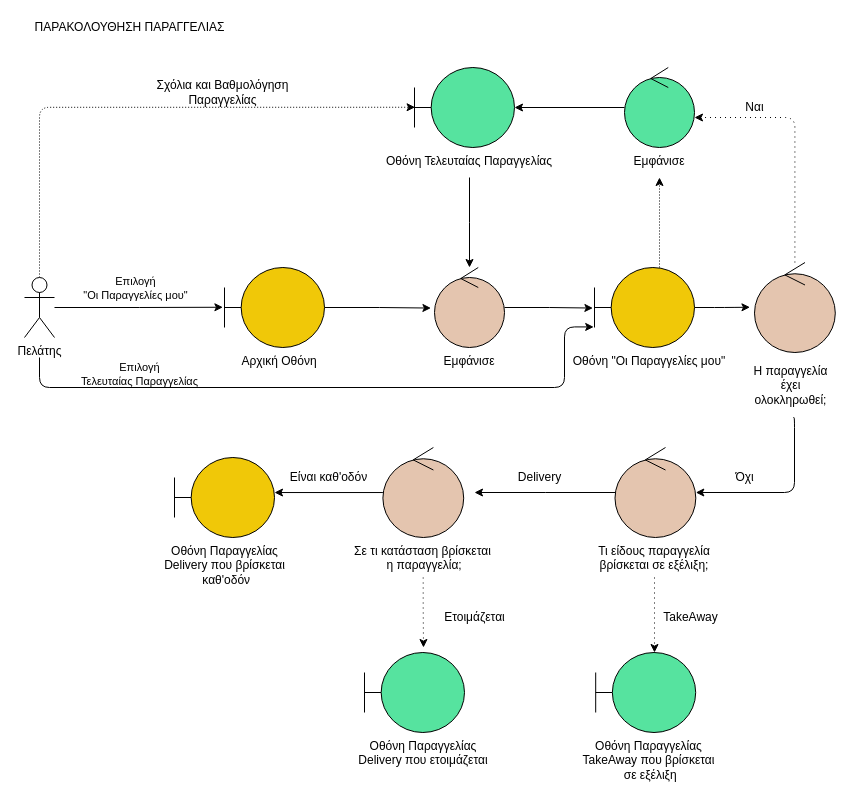
iloudaros/nomnomr keeps this draw.io diagram as docs/contributions/AthanasiaZ/Writing-Charts/Phase4/robustness_after_order.drawio. Above is the earlier version. Source tidied: cells renumbered, new cells numbered last; positions are measured from the earlier drawing's top-left corner, leaving out a move shared by most shapes. Both pictures are drawn from the tidied source at 100%, with x=0, y=0 at pixel (24, 17).
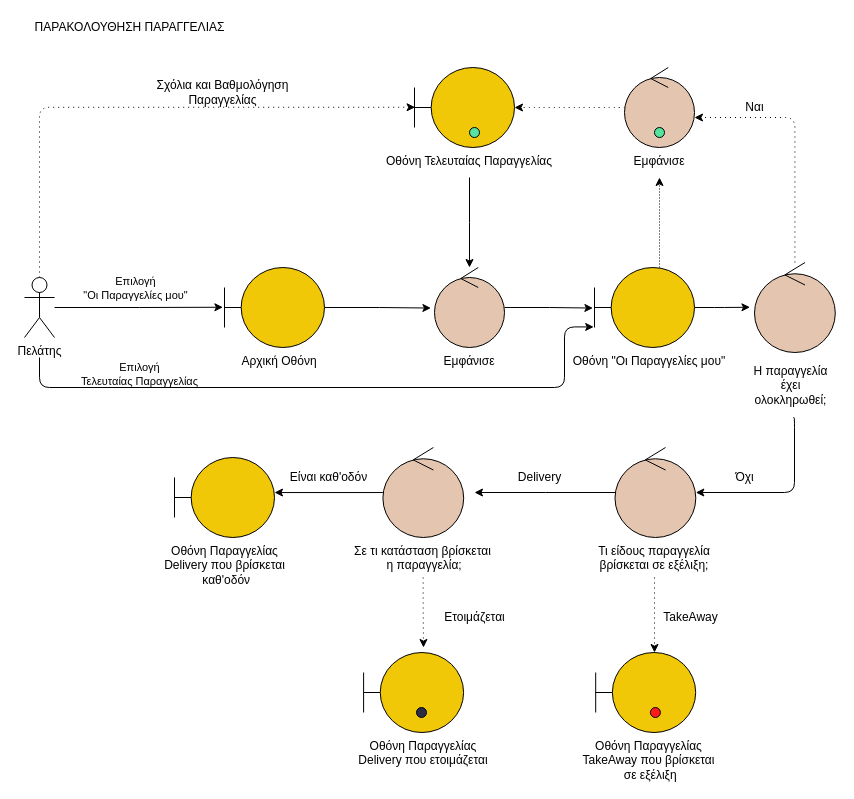
Above is the later version.

The change refers to these unchanged cells:
```xml
<mxCell id="6" value="Πελάτης" style="shape=umlActor;verticalLabelPosition=bottom;verticalAlign=top;html=1;" parent="1" vertex="1">
  <mxGeometry y="260" width="30" height="60" as="geometry" />
</mxCell>
```

The edit, as a diff of the source:
```diff
@@
-    <mxCell id="4" style="rounded=1;jettySize=auto;html=1;entryX=0.006;entryY=0.497;entryDx=0;entryDy=0;entryPerimeter=0;fontColor=#000000;endArrow=classic;endFill=1;strokeColor=#000000;fillColor=#a20025;exitX=0.5;exitY=0;exitDx=0;exitDy=0;exitPerimeter=0;elbow=vertical;edgeStyle=orthogonalEdgeStyle;dashed=1;dashPattern=1 2;" parent="1" edge="1" source="6" target="22">
+    <mxCell id="4" style="rounded=1;jettySize=auto;html=1;entryX=0.006;entryY=0.497;entryDx=0;entryDy=0;entryPerimeter=0;fontColor=#000000;endArrow=classic;endFill=1;strokeColor=#000000;fillColor=#a20025;exitX=0.5;exitY=0;exitDx=0;exitDy=0;exitPerimeter=0;elbow=vertical;edgeStyle=orthogonalEdgeStyle;dashed=1;dashPattern=1 4;" parent="1" edge="1" source="6" target="22">
       <mxGeometry relative="1" as="geometry" />
     </mxCell>
@@
-    <mxCell id="18" style="shape=umlBoundary;whiteSpace=wrap;html=1;fillColor=#56E39F;strokeColor=#000000;" parent="1" vertex="1">
+    <mxCell id="18" style="shape=umlBoundary;whiteSpace=wrap;html=1;fillColor=#F0C808;strokeColor=#000000;" parent="1" vertex="1">
       <mxGeometry x="571.2" y="635" width="100" height="80" as="geometry" />
     </mxCell>
-    <mxCell id="19" style="rounded=0;jettySize=auto;html=1;fillColor=#a20025;strokeColor=#000000;elbow=vertical;edgeStyle=orthogonalEdgeStyle;" parent="1" edge="1" source="20" target="22">
+    <mxCell id="19" style="jettySize=auto;html=1;fillColor=#a20025;strokeColor=#000000;elbow=vertical;edgeStyle=orthogonalEdgeStyle;curved=1;dashed=1;dashPattern=1 4;" parent="1" edge="1" source="20" target="22">
       <mxGeometry relative="1" as="geometry" />
     </mxCell>
-    <mxCell id="20" style="ellipse;shape=umlControl;whiteSpace=wrap;html=1;fillColor=#56E39F;fontColor=#ffffff;strokeColor=#000000;" parent="1" vertex="1">
+    <mxCell id="20" style="ellipse;shape=umlControl;whiteSpace=wrap;html=1;fillColor=#E4C5AF;fontColor=#ffffff;strokeColor=#000000;" parent="1" vertex="1">
       <mxGeometry x="600" y="50" width="70" height="80" as="geometry" />
     </mxCell>
@@
-    <mxCell id="22" style="shape=umlBoundary;whiteSpace=wrap;html=1;fillColor=#56E39F;fontColor=#ffffff;strokeColor=#000000;" parent="1" vertex="1">
+    <mxCell id="22" style="shape=umlBoundary;whiteSpace=wrap;html=1;fillColor=#F0C808;fontColor=#ffffff;strokeColor=#000000;" parent="1" vertex="1">
       <mxGeometry x="390" y="50" width="100" height="80" as="geometry" />
     </mxCell>
@@
-    <mxCell id="30" style="shape=umlBoundary;whiteSpace=wrap;html=1;fillColor=#56E39F;strokeColor=#000000;" parent="1" vertex="1">
-      <mxGeometry x="340" y="635" width="100" height="80" as="geometry" />
+    <mxCell id="30" style="shape=umlBoundary;whiteSpace=wrap;html=1;fillColor=#F0C808;strokeColor=#000000;gradientColor=none;" parent="1" vertex="1">
+      <mxGeometry x="339.1" y="635" width="100" height="80" as="geometry" />
     </mxCell>
@@
+    <mxCell id="50" style="shape=ellipse;fillColor=#56E39F;strokeColor=default;html=1;sketch=0;fontColor=#56E39F;" parent="1" vertex="1">
+      <mxGeometry x="445" y="110" width="10" height="10" as="geometry" />
+    </mxCell>
+    <mxCell id="51" style="shape=ellipse;fillColor=#56E39F;strokeColor=default;html=1;sketch=0;fontColor=#56E39F;" parent="1" vertex="1">
+      <mxGeometry x="630" y="110" width="10" height="10" as="geometry" />
+    </mxCell>
+    <mxCell id="52" style="shape=ellipse;fillColor=#2B2D42;strokeColor=default;html=1;sketch=0;fontColor=#56E39F;" parent="1" vertex="1">
+      <mxGeometry x="392" y="690" width="10" height="10" as="geometry" />
+    </mxCell>
+    <mxCell id="53" style="shape=ellipse;fillColor=#FF1B1B;strokeColor=default;html=1;sketch=0;fontColor=#56E39F;" parent="1" vertex="1">
+      <mxGeometry x="625.9" y="690" width="10" height="10" as="geometry" />
+    </mxCell>
```
